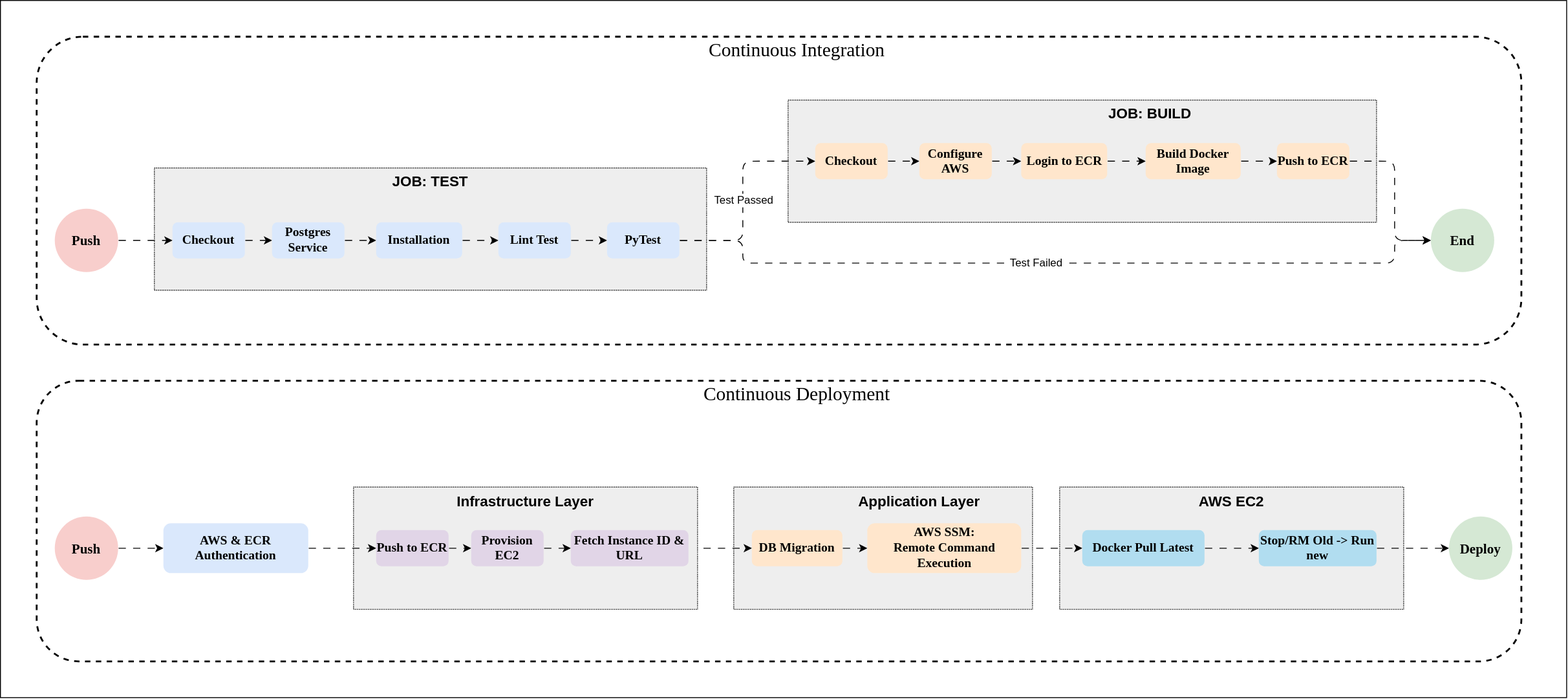
Before: MLOps Lab/API Labs/Lab 23/images/dia4.svg, a diagram exported from draw.io (poridhiEng/lab-asset). Source tidied: cells renumbered, new cells last; positions are measured from the earlier drawing's top-left corner, leaving out a move shared by most shapes.
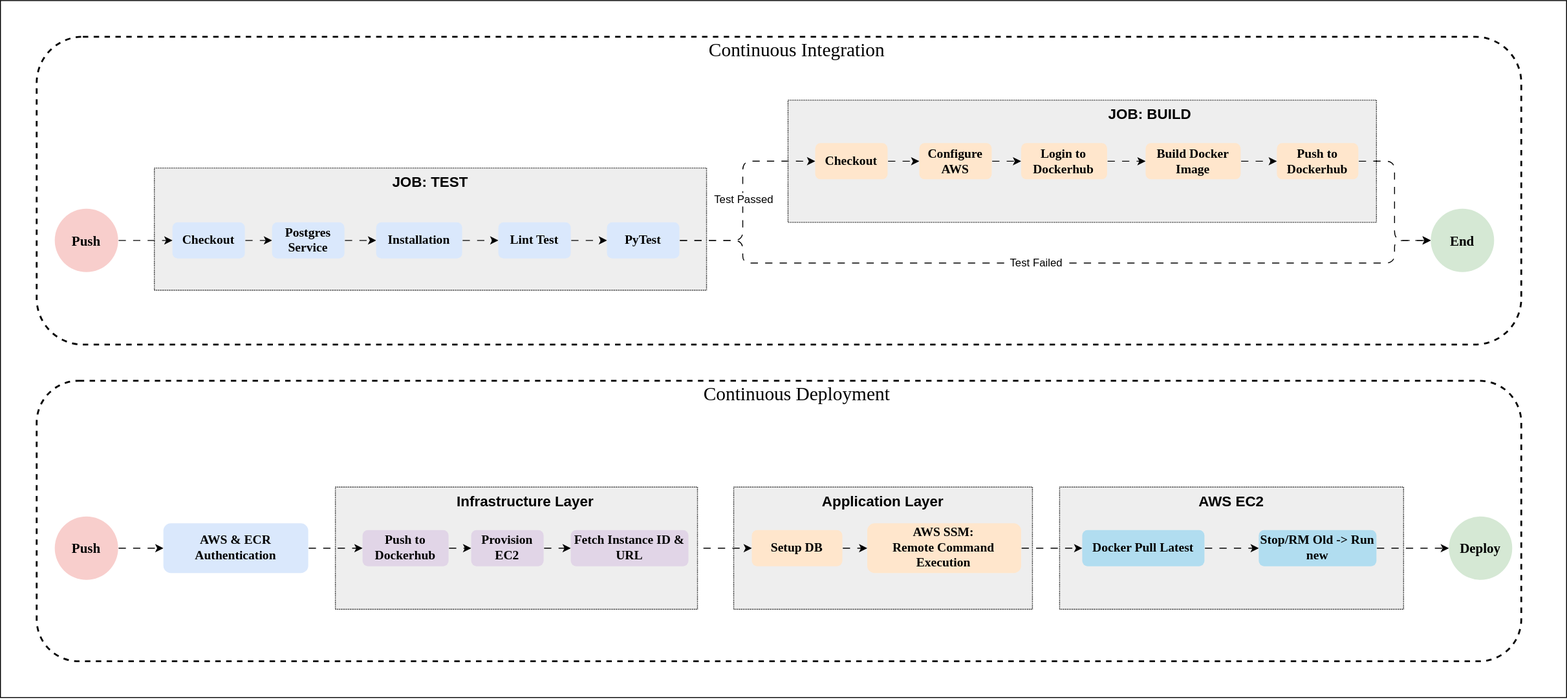
Above is the later version.

Change to the diagram source:
```diff
@@ -5,6 +5,12 @@
     <mxCell id="2" style="rounded=0;whiteSpace=wrap;html=1;" parent="1" vertex="1">
       <mxGeometry width="1730" height="770" as="geometry" />
     </mxCell>
+    <mxCell id="60" style="rounded=1;whiteSpace=wrap;html=1;fillColor=none;dashed=1;strokeWidth=2;" parent="1" vertex="1">
+      <mxGeometry x="40" y="420" width="1640" height="310" as="geometry" />
+    </mxCell>
+    <mxCell id="59" style="rounded=1;whiteSpace=wrap;html=1;fillColor=none;dashed=1;strokeWidth=2;" parent="1" vertex="1">
+      <mxGeometry x="40" y="40" width="1640" height="340" as="geometry" />
+    </mxCell>
     <mxCell id="3" value="&lt;b&gt;&lt;font style=&quot;font-size: 15px;&quot; face=&quot;Verdana&quot;&gt;Push&lt;/font&gt;&lt;/b&gt;" style="ellipse;whiteSpace=wrap;html=1;fillColor=#f8cecc;strokeColor=none;" parent="1" vertex="1">
       <mxGeometry x="60" y="230" width="70" height="70" as="geometry" />
     </mxCell>
@@ -63,35 +69,35 @@
     <mxCell id="19" value="&lt;b&gt;&lt;font face=&quot;Verdana&quot; style=&quot;font-size: 14px;&quot;&gt;Checkout&lt;/font&gt;&lt;/b&gt;" style="rounded=1;whiteSpace=wrap;html=1;fillColor=#ffe6cc;strokeColor=none;" parent="1" vertex="1">
       <mxGeometry x="900" y="157.5" width="80" height="40" as="geometry" />
     </mxCell>
-    <mxCell id="20" style="edgeStyle=orthogonalEdgeStyle;rounded=1;jettySize=auto;html=1;exitX=1;exitY=0.5;exitDx=0;exitDy=0;entryX=0;entryY=0.5;entryDx=0;entryDy=0;curved=0;flowAnimation=1;" parent="1" edge="1" source="21" target="23">
-      <mxGeometry relative="1" as="geometry" />
-    </mxCell>
+    <mxCell id="63" style="edgeStyle=orthogonalEdgeStyle;rounded=1;jettySize=auto;html=1;exitX=1;exitY=0.5;exitDx=0;exitDy=0;entryX=0;entryY=0.5;entryDx=0;entryDy=0;curved=0;flowAnimation=1;" parent="1" edge="1" source="21" target="65">
+      <mxGeometry relative="1" as="geometry" />
+    </mxCell>
     <mxCell id="21" value="&lt;font face=&quot;Verdana&quot;&gt;&lt;span style=&quot;font-size: 14px;&quot;&gt;&lt;b&gt;Configure AWS&lt;/b&gt;&lt;/span&gt;&lt;/font&gt;" style="rounded=1;whiteSpace=wrap;html=1;fillColor=#ffe6cc;strokeColor=none;" parent="1" vertex="1">
       <mxGeometry x="1015" y="157.5" width="80" height="40" as="geometry" />
     </mxCell>
-    <mxCell id="22" style="edgeStyle=orthogonalEdgeStyle;rounded=1;jettySize=auto;html=1;exitX=1;exitY=0.5;exitDx=0;exitDy=0;entryX=0;entryY=0.5;entryDx=0;entryDy=0;curved=0;flowAnimation=1;" parent="1" edge="1" source="23" target="25">
-      <mxGeometry relative="1" as="geometry" />
-    </mxCell>
-    <mxCell id="23" value="&lt;b&gt;&lt;font face=&quot;Verdana&quot; style=&quot;font-size: 14px;&quot;&gt;Login to ECR&lt;/font&gt;&lt;/b&gt;" style="rounded=1;whiteSpace=wrap;html=1;fillColor=#ffe6cc;strokeColor=none;" parent="1" vertex="1">
-      <mxGeometry x="1127.5" y="157.5" width="95" height="40" as="geometry" />
-    </mxCell>
-    <mxCell id="24" style="edgeStyle=orthogonalEdgeStyle;rounded=1;jettySize=auto;html=1;exitX=1;exitY=0.5;exitDx=0;exitDy=0;entryX=0;entryY=0.5;entryDx=0;entryDy=0;curved=0;flowAnimation=1;" parent="1" edge="1" source="25" target="27">
-      <mxGeometry relative="1" as="geometry" />
-    </mxCell>
+    <mxCell id="64" style="edgeStyle=orthogonalEdgeStyle;rounded=1;jettySize=auto;html=1;exitX=1;exitY=0.5;exitDx=0;exitDy=0;entryX=0;entryY=0.5;entryDx=0;entryDy=0;curved=0;flowAnimation=1;" parent="1" edge="1" source="65" target="25">
+      <mxGeometry relative="1" as="geometry" />
+    </mxCell>
+    <mxCell id="65" value="&lt;b&gt;&lt;font face=&quot;Verdana&quot; style=&quot;font-size: 14px;&quot;&gt;Login to Dockerhub&lt;/font&gt;&lt;/b&gt;" style="rounded=1;whiteSpace=wrap;html=1;fillColor=#ffe6cc;strokeColor=none;" parent="1" vertex="1">
+      <mxGeometry x="1127.5" y="157.5" width="95" height="40" as="geometry" />
+    </mxCell>
+    <mxCell id="66" style="edgeStyle=orthogonalEdgeStyle;rounded=1;jettySize=auto;html=1;exitX=1;exitY=0.5;exitDx=0;exitDy=0;entryX=0;entryY=0.5;entryDx=0;entryDy=0;curved=0;flowAnimation=1;" parent="1" edge="1" source="25" target="68">
+      <mxGeometry relative="1" as="geometry" />
+    </mxCell>
     <mxCell id="25" value="&lt;font face=&quot;Verdana&quot;&gt;&lt;span style=&quot;font-size: 14px;&quot;&gt;&lt;b&gt;Build Docker Image&lt;/b&gt;&lt;/span&gt;&lt;/font&gt;" style="rounded=1;whiteSpace=wrap;html=1;fillColor=#ffe6cc;strokeColor=none;" parent="1" vertex="1">
       <mxGeometry x="1265" y="157.5" width="105" height="40" as="geometry" />
     </mxCell>
-    <mxCell id="26" style="edgeStyle=orthogonalEdgeStyle;rounded=1;jettySize=auto;html=1;exitX=1;exitY=0.5;exitDx=0;exitDy=0;entryX=0;entryY=0.5;entryDx=0;entryDy=0;curved=0;flowAnimation=1;" parent="1" edge="1" source="27" target="29">
-      <mxGeometry relative="1" as="geometry">
-        <Array as="points">
-          <mxPoint x="1540" y="178" />
-          <mxPoint x="1540" y="265" />
-        </Array>
-      </mxGeometry>
-    </mxCell>
-    <mxCell id="27" value="&lt;b&gt;&lt;font face=&quot;Verdana&quot; style=&quot;font-size: 14px;&quot;&gt;Push to ECR&lt;/font&gt;&lt;/b&gt;" style="rounded=1;whiteSpace=wrap;html=1;fillColor=#ffe6cc;strokeColor=none;" parent="1" vertex="1">
-      <mxGeometry x="1410" y="157.5" width="80" height="40" as="geometry" />
-    </mxCell>
+    <mxCell id="67" style="edgeStyle=orthogonalEdgeStyle;rounded=1;jettySize=auto;html=1;exitX=1;exitY=0.5;exitDx=0;exitDy=0;entryX=0;entryY=0.5;entryDx=0;entryDy=0;curved=0;flowAnimation=1;" parent="1" edge="1" source="68" target="29">
+      <mxGeometry relative="1" as="geometry">
+        <Array as="points">
+          <mxPoint x="1540" y="178" />
+          <mxPoint x="1540" y="265" />
+        </Array>
+      </mxGeometry>
+    </mxCell>
+    <mxCell id="68" value="&lt;b&gt;&lt;font face=&quot;Verdana&quot; style=&quot;font-size: 14px;&quot;&gt;Push to Dockerhub&lt;/font&gt;&lt;/b&gt;" style="rounded=1;whiteSpace=wrap;html=1;fillColor=#ffe6cc;strokeColor=none;" parent="1" vertex="1">
+      <mxGeometry x="1410" y="157.5" width="90" height="40" as="geometry" />
+    </mxCell>
     <mxCell id="28" value="&lt;b&gt;&lt;font style=&quot;font-size: 16px;&quot;&gt;JOB: BUILD&lt;/font&gt;&lt;/b&gt;" style="text;html=1;whiteSpace=wrap;strokeColor=none;fillColor=none;align=center;verticalAlign=middle;rounded=0;" parent="1" vertex="1">
       <mxGeometry x="1220" y="110" width="100" height="30" as="geometry" />
     </mxCell>
@@ -125,14 +131,14 @@
       <mxGeometry x="810" y="537.5" width="330" height="135" as="geometry" />
     </mxCell>
     <mxCell id="37" value="&lt;b&gt;&lt;font style=&quot;font-size: 16px;&quot;&gt;Application Layer&lt;/font&gt;&lt;/b&gt;" style="text;html=1;whiteSpace=wrap;strokeColor=none;fillColor=none;align=center;verticalAlign=middle;rounded=0;" parent="1" vertex="1">
-      <mxGeometry x="930" y="537.5" width="170" height="30" as="geometry" />
+      <mxGeometry x="890" y="537.5" width="170" height="30" as="geometry" />
     </mxCell>
-    <mxCell id="38" style="edgeStyle=orthogonalEdgeStyle;rounded=0;jettySize=auto;html=1;exitX=1;exitY=0.5;exitDx=0;exitDy=0;entryX=0;entryY=0.5;entryDx=0;entryDy=0;flowAnimation=1;" parent="1" edge="1" source="39" target="40">
-      <mxGeometry relative="1" as="geometry" />
-    </mxCell>
-    <mxCell id="39" value="&lt;font face=&quot;Verdana&quot;&gt;&lt;span style=&quot;font-size: 14px;&quot;&gt;&lt;b&gt;DB Migration&lt;/b&gt;&lt;/span&gt;&lt;/font&gt;" style="rounded=1;whiteSpace=wrap;html=1;fillColor=#ffe6cc;strokeColor=none;" parent="1" vertex="1">
-      <mxGeometry x="830" y="585" width="100" height="40" as="geometry" />
-    </mxCell>
+    <mxCell id="69" style="edgeStyle=orthogonalEdgeStyle;rounded=0;jettySize=auto;html=1;exitX=1;exitY=0.5;exitDx=0;exitDy=0;entryX=0;entryY=0.5;entryDx=0;entryDy=0;flowAnimation=1;" parent="1" edge="1" source="70" target="40">
+      <mxGeometry relative="1" as="geometry" />
+    </mxCell>
+    <mxCell id="70" value="&lt;font face=&quot;Verdana&quot;&gt;&lt;span style=&quot;font-size: 14px;&quot;&gt;&lt;b&gt;Setup DB&lt;/b&gt;&lt;/span&gt;&lt;/font&gt;" style="rounded=1;whiteSpace=wrap;html=1;fillColor=#ffe6cc;strokeColor=none;" parent="1" vertex="1">
+      <mxGeometry x="830" y="585" width="100" height="40" as="geometry" />
+    </mxCell>
     <mxCell id="40" value="&lt;font face=&quot;Verdana&quot;&gt;&lt;span style=&quot;font-size: 14px;&quot;&gt;&lt;b&gt;AWS SSM:&lt;/b&gt;&lt;/span&gt;&lt;/font&gt;&lt;div&gt;&lt;font face=&quot;Verdana&quot;&gt;&lt;span style=&quot;font-size: 14px;&quot;&gt;&lt;b&gt;Remote Command Execution&lt;/b&gt;&lt;/span&gt;&lt;/font&gt;&lt;/div&gt;" style="rounded=1;whiteSpace=wrap;html=1;fillColor=#ffe6cc;strokeColor=none;" parent="1" vertex="1">
       <mxGeometry x="957.5" y="577.5" width="170" height="55" as="geometry" />
     </mxCell>
@@ -154,33 +160,33 @@
     <mxCell id="46" value="&lt;font face=&quot;Verdana&quot;&gt;&lt;span style=&quot;font-size: 14px;&quot;&gt;&lt;b&gt;Stop/RM Old -&amp;gt; Run new&lt;/b&gt;&lt;/span&gt;&lt;/font&gt;" style="rounded=1;whiteSpace=wrap;html=1;fillColor=#b1ddf0;strokeColor=none;" parent="1" vertex="1">
       <mxGeometry x="1390" y="585" width="130" height="40" as="geometry" />
     </mxCell>
-    <mxCell id="47" style="edgeStyle=orthogonalEdgeStyle;rounded=0;orthogonalLoop=1;jettySize=auto;html=1;exitX=0.5;exitY=1;exitDx=0;exitDy=0;" parent="1" edge="1">
-      <mxGeometry relative="1" as="geometry">
-        <mxPoint x="1215" y="625" as="sourcePoint" />
-        <mxPoint x="1215" y="625" as="targetPoint" />
-      </mxGeometry>
-    </mxCell>
+    <mxCell id="71" style="edgeStyle=orthogonalEdgeStyle;rounded=0;orthogonalLoop=1;jettySize=auto;html=1;exitX=0.5;exitY=1;exitDx=0;exitDy=0;" parent="1" edge="1">
+      <mxGeometry relative="1" as="geometry">
+        <mxPoint x="1215" y="625" as="sourcePoint" />
+        <mxPoint x="1215" y="625" as="targetPoint" />
+      </mxGeometry>
+    </mxCell>
     <mxCell id="48" value="&lt;b&gt;&lt;font style=&quot;font-size: 15px;&quot; face=&quot;Verdana&quot;&gt;Deploy&lt;/font&gt;&lt;/b&gt;" style="ellipse;whiteSpace=wrap;html=1;fillColor=#d5e8d4;strokeColor=none;" parent="1" vertex="1">
       <mxGeometry x="1600" y="570" width="70" height="70" as="geometry" />
     </mxCell>
-    <mxCell id="49" style="edgeStyle=orthogonalEdgeStyle;rounded=0;jettySize=auto;html=1;exitX=1;exitY=0.5;exitDx=0;exitDy=0;entryX=0;entryY=0.5;entryDx=0;entryDy=0;flowAnimation=1;" parent="1" edge="1" source="57" target="39">
-      <mxGeometry relative="1" as="geometry" />
-    </mxCell>
+    <mxCell id="72" style="edgeStyle=orthogonalEdgeStyle;rounded=0;jettySize=auto;html=1;exitX=1;exitY=0.5;exitDx=0;exitDy=0;entryX=0;entryY=0.5;entryDx=0;entryDy=0;flowAnimation=1;" parent="1" edge="1" source="57" target="70">
+      <mxGeometry relative="1" as="geometry" />
+    </mxCell>
     <mxCell id="50" style="edgeStyle=orthogonalEdgeStyle;rounded=0;jettySize=auto;html=1;exitX=1;exitY=0.5;exitDx=0;exitDy=0;entryX=0;entryY=0.5;entryDx=0;entryDy=0;flowAnimation=1;" parent="1" edge="1" source="40" target="44">
       <mxGeometry relative="1" as="geometry" />
     </mxCell>
-    <mxCell id="51" style="rounded=0;whiteSpace=wrap;html=1;fillColor=#eeeeee;strokeColor=default;dashed=1;dashPattern=1 1;" parent="1" vertex="1">
-      <mxGeometry x="390" y="537.5" width="380" height="135" as="geometry" />
-    </mxCell>
+    <mxCell id="73" style="rounded=0;whiteSpace=wrap;html=1;fillColor=#eeeeee;strokeColor=default;dashed=1;dashPattern=1 1;" parent="1" vertex="1">
+      <mxGeometry x="370" y="537.5" width="400" height="135" as="geometry" />
+    </mxCell>
     <mxCell id="52" value="&lt;b&gt;&lt;font style=&quot;font-size: 16px;&quot;&gt;Infrastructure Layer&lt;/font&gt;&lt;/b&gt;" style="text;html=1;whiteSpace=wrap;strokeColor=none;fillColor=none;align=center;verticalAlign=middle;rounded=0;" parent="1" vertex="1">
       <mxGeometry x="495" y="537.5" width="170" height="30" as="geometry" />
     </mxCell>
-    <mxCell id="53" style="edgeStyle=orthogonalEdgeStyle;rounded=0;jettySize=auto;html=1;exitX=1;exitY=0.5;exitDx=0;exitDy=0;entryX=0;entryY=0.5;entryDx=0;entryDy=0;flowAnimation=1;" parent="1" edge="1" source="54" target="56">
-      <mxGeometry relative="1" as="geometry" />
-    </mxCell>
-    <mxCell id="54" value="&lt;font face=&quot;Verdana&quot;&gt;&lt;span style=&quot;font-size: 14px;&quot;&gt;&lt;b&gt;Push to ECR&lt;/b&gt;&lt;/span&gt;&lt;/font&gt;" style="rounded=1;whiteSpace=wrap;html=1;fillColor=#e1d5e7;strokeColor=none;" parent="1" vertex="1">
-      <mxGeometry x="415" y="585" width="80" height="40" as="geometry" />
-    </mxCell>
+    <mxCell id="74" style="edgeStyle=orthogonalEdgeStyle;rounded=0;jettySize=auto;html=1;exitX=1;exitY=0.5;exitDx=0;exitDy=0;entryX=0;entryY=0.5;entryDx=0;entryDy=0;flowAnimation=1;" parent="1" edge="1" source="75" target="56">
+      <mxGeometry relative="1" as="geometry" />
+    </mxCell>
+    <mxCell id="75" value="&lt;font face=&quot;Verdana&quot;&gt;&lt;span style=&quot;font-size: 14px;&quot;&gt;&lt;b&gt;Push to Dockerhub&lt;/b&gt;&lt;/span&gt;&lt;/font&gt;" style="rounded=1;whiteSpace=wrap;html=1;fillColor=#e1d5e7;strokeColor=none;" parent="1" vertex="1">
+      <mxGeometry x="400" y="585" width="95" height="40" as="geometry" />
+    </mxCell>
     <mxCell id="55" style="edgeStyle=orthogonalEdgeStyle;rounded=0;jettySize=auto;html=1;exitX=1;exitY=0.5;exitDx=0;exitDy=0;entryX=0;entryY=0.5;entryDx=0;entryDy=0;flowAnimation=1;" parent="1" edge="1" source="56" target="57">
       <mxGeometry relative="1" as="geometry" />
     </mxCell>
@@ -190,15 +196,9 @@
     <mxCell id="57" value="&lt;font face=&quot;Verdana&quot;&gt;&lt;span style=&quot;font-size: 14px;&quot;&gt;&lt;b&gt;Fetch Instance ID &amp;amp; URL&lt;/b&gt;&lt;/span&gt;&lt;/font&gt;" style="rounded=1;whiteSpace=wrap;html=1;fillColor=#e1d5e7;strokeColor=none;" parent="1" vertex="1">
       <mxGeometry x="630" y="585" width="130" height="40" as="geometry" />
     </mxCell>
-    <mxCell id="58" style="edgeStyle=orthogonalEdgeStyle;rounded=0;jettySize=auto;html=1;exitX=1;exitY=0.5;exitDx=0;exitDy=0;entryX=0;entryY=0.5;entryDx=0;entryDy=0;flowAnimation=1;" parent="1" edge="1" source="35" target="54">
-      <mxGeometry relative="1" as="geometry" />
-    </mxCell>
-    <mxCell id="59" style="rounded=1;whiteSpace=wrap;html=1;fillColor=none;dashed=1;strokeWidth=2;" parent="1" vertex="1">
-      <mxGeometry x="40" y="40" width="1640" height="340" as="geometry" />
-    </mxCell>
-    <mxCell id="60" style="rounded=1;whiteSpace=wrap;html=1;fillColor=none;dashed=1;strokeWidth=2;" parent="1" vertex="1">
-      <mxGeometry x="40" y="420" width="1640" height="310" as="geometry" />
-    </mxCell>
+    <mxCell id="76" style="edgeStyle=orthogonalEdgeStyle;rounded=0;jettySize=auto;html=1;exitX=1;exitY=0.5;exitDx=0;exitDy=0;entryX=0;entryY=0.5;entryDx=0;entryDy=0;flowAnimation=1;" parent="1" edge="1" source="35" target="75">
+      <mxGeometry relative="1" as="geometry" />
+    </mxCell>
     <mxCell id="61" value="&lt;font style=&quot;font-size: 21px;&quot; face=&quot;Verdana&quot;&gt;Continuous Integration&lt;/font&gt;" style="text;html=1;whiteSpace=wrap;strokeColor=none;fillColor=none;align=center;verticalAlign=middle;rounded=0;" parent="1" vertex="1">
       <mxGeometry x="715" y="40" width="330" height="30" as="geometry" />
     </mxCell>
```
